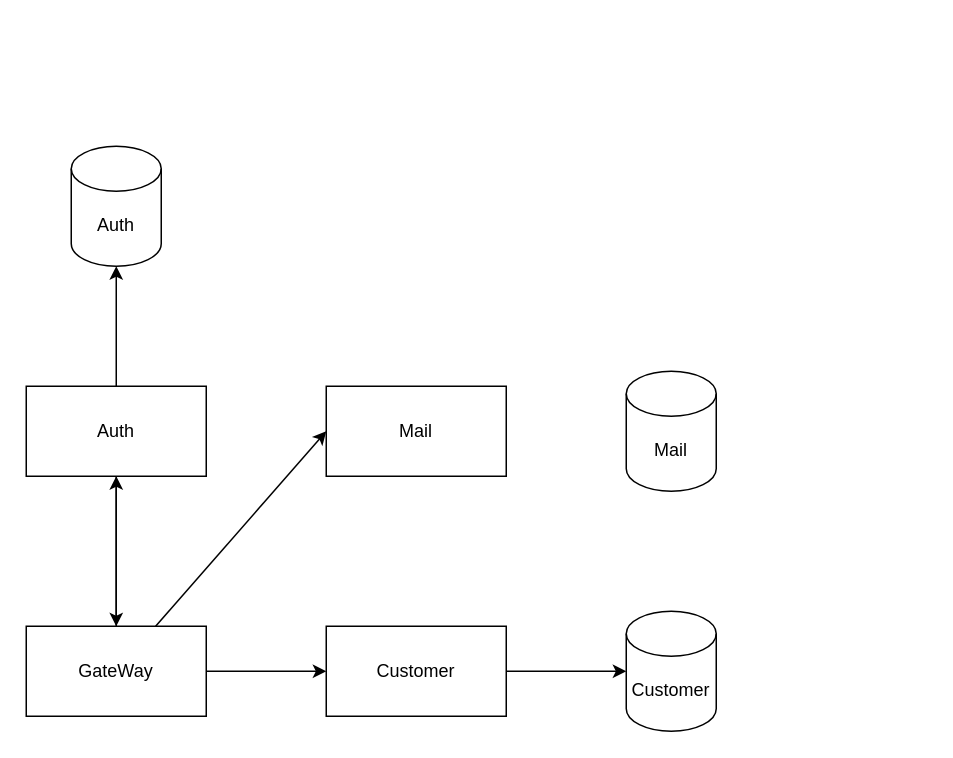
ndhuy3011/System_Flow keeps this draw.io diagram as system_flow.drawio. Above is the earlier version. Source tidied: cells renumbered, new cells numbered last; positions are measured from the earlier drawing's top-left corner, leaving out a move shared by most shapes. Both pictures are drawn from the tidied source at 150%, with x=0, y=0 at pixel (26, 146).
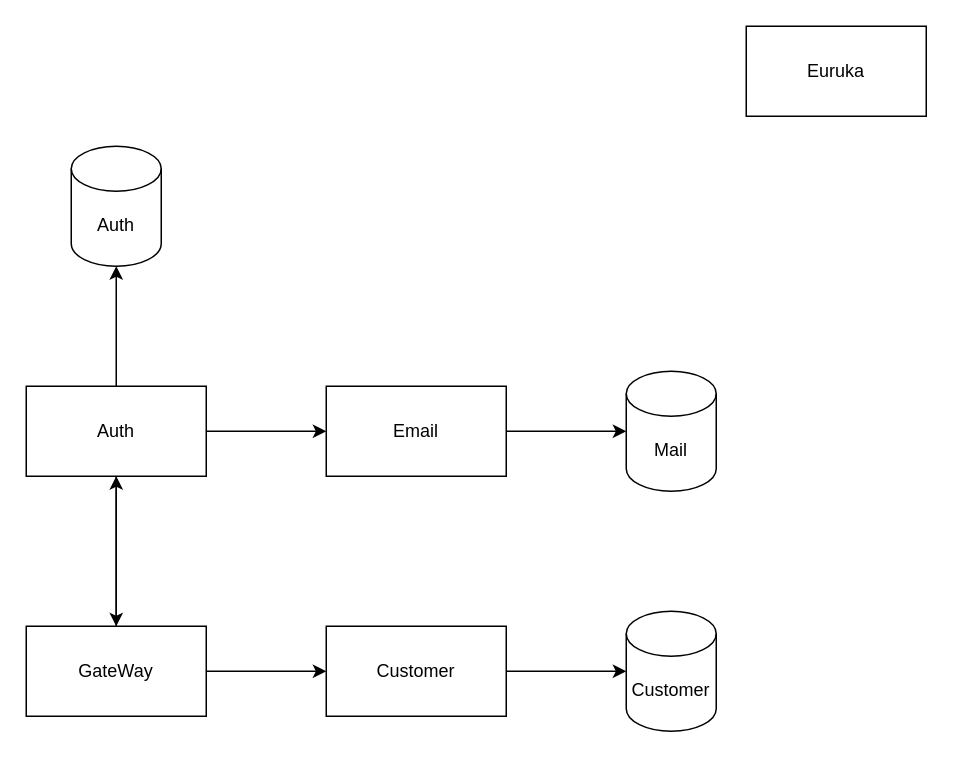
The same diagram, later.

What changed in the source:
```diff
@@
 <mxGraphModel>
   <root>
     <mxCell id="0" />
     <mxCell id="1" parent="0" />
     <mxCell id="2" style="edgeStyle=none;html=1;" parent="1" edge="1" source="4" target="8">
       <mxGeometry relative="1" as="geometry" />
     </mxCell>
     <mxCell id="3" style="edgeStyle=none;html=1;" parent="1" edge="1" source="4" target="11">
       <mxGeometry relative="1" as="geometry" />
     </mxCell>
+    <mxCell id="15" style="edgeStyle=none;html=1;" parent="1" edge="1" source="4" target="13">
+      <mxGeometry relative="1" as="geometry" />
+    </mxCell>
     <mxCell id="4" value="Auth" style="whiteSpace=wrap;html=1;" parent="1" vertex="1">
       <mxGeometry y="160" width="120" height="60" as="geometry" />
     </mxCell>
     <mxCell id="5" style="edgeStyle=none;html=1;entryX=0.5;entryY=1;entryDx=0;entryDy=0;" parent="1" edge="1" source="8" target="4">
       <mxGeometry relative="1" as="geometry" />
     </mxCell>
     <mxCell id="6" style="edgeStyle=none;html=1;" parent="1" edge="1" source="8" target="10">
       <mxGeometry relative="1" as="geometry" />
     </mxCell>
-    <mxCell id="7" style="edgeStyle=none;html=1;entryX=0;entryY=0.5;entryDx=0;entryDy=0;" parent="1" edge="1" source="8" target="13">
-      <mxGeometry relative="1" as="geometry" />
-    </mxCell>
     <mxCell id="8" value="GateWay" style="whiteSpace=wrap;html=1;" parent="1" vertex="1">
       <mxGeometry y="320" width="120" height="60" as="geometry" />
     </mxCell>
     <mxCell id="9" style="edgeStyle=none;html=1;" parent="1" edge="1" source="10" target="12">
       <mxGeometry relative="1" as="geometry" />
     </mxCell>
     <mxCell id="10" value="Customer" style="whiteSpace=wrap;html=1;" parent="1" vertex="1">
       <mxGeometry x="200" y="320" width="120" height="60" as="geometry" />
     </mxCell>
     <mxCell id="11" value="Auth" style="shape=cylinder3;whiteSpace=wrap;html=1;boundedLbl=1;backgroundOutline=1;size=15;" parent="1" vertex="1">
       <mxGeometry x="30" width="60" height="80" as="geometry" />
     </mxCell>
     <mxCell id="12" value="Customer" style="shape=cylinder3;whiteSpace=wrap;html=1;boundedLbl=1;backgroundOutline=1;size=15;" parent="1" vertex="1">
       <mxGeometry x="400" y="310" width="60" height="80" as="geometry" />
     </mxCell>
+    <mxCell id="16" style="edgeStyle=none;html=1;" parent="1" edge="1" source="13" target="14">
+      <mxGeometry relative="1" as="geometry" />
+    </mxCell>
-    <mxCell id="13" value="Mail" style="whiteSpace=wrap;html=1;" parent="1" vertex="1">
+    <mxCell id="13" value="Email" style="whiteSpace=wrap;html=1;" parent="1" vertex="1">
       <mxGeometry x="200" y="160" width="120" height="60" as="geometry" />
     </mxCell>
     <mxCell id="14" value="Mail&lt;br&gt;" style="shape=cylinder3;whiteSpace=wrap;html=1;boundedLbl=1;backgroundOutline=1;size=15;" parent="1" vertex="1">
       <mxGeometry x="400" y="150" width="60" height="80" as="geometry" />
     </mxCell>
+    <mxCell id="17" value="Euruka" style="whiteSpace=wrap;html=1;" parent="1" vertex="1">
+      <mxGeometry x="480" y="-80" width="120" height="60" as="geometry" />
+    </mxCell>
   </root>
 </mxGraphModel>
```
